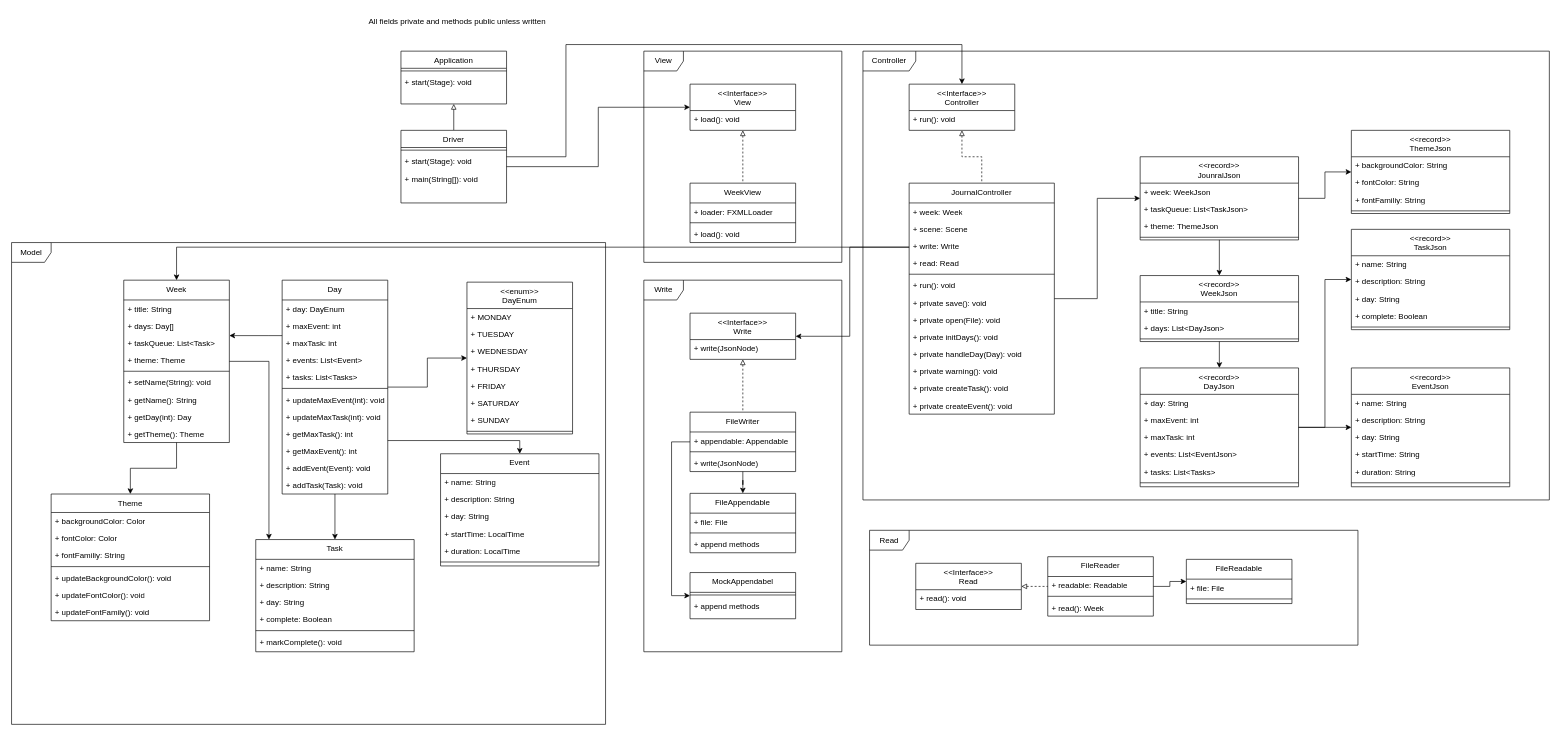
Above: journal.drawio in akuatbekov23/BulletJournalApp (draw.io), before the change. Source tidied: cells renumbered, new cells numbered last; positions are measured from the earlier drawing's top-left corner, leaving out a move shared by most shapes. Both pictures are drawn from the tidied source at 66%, with x=0, y=0 at pixel (11, 11).
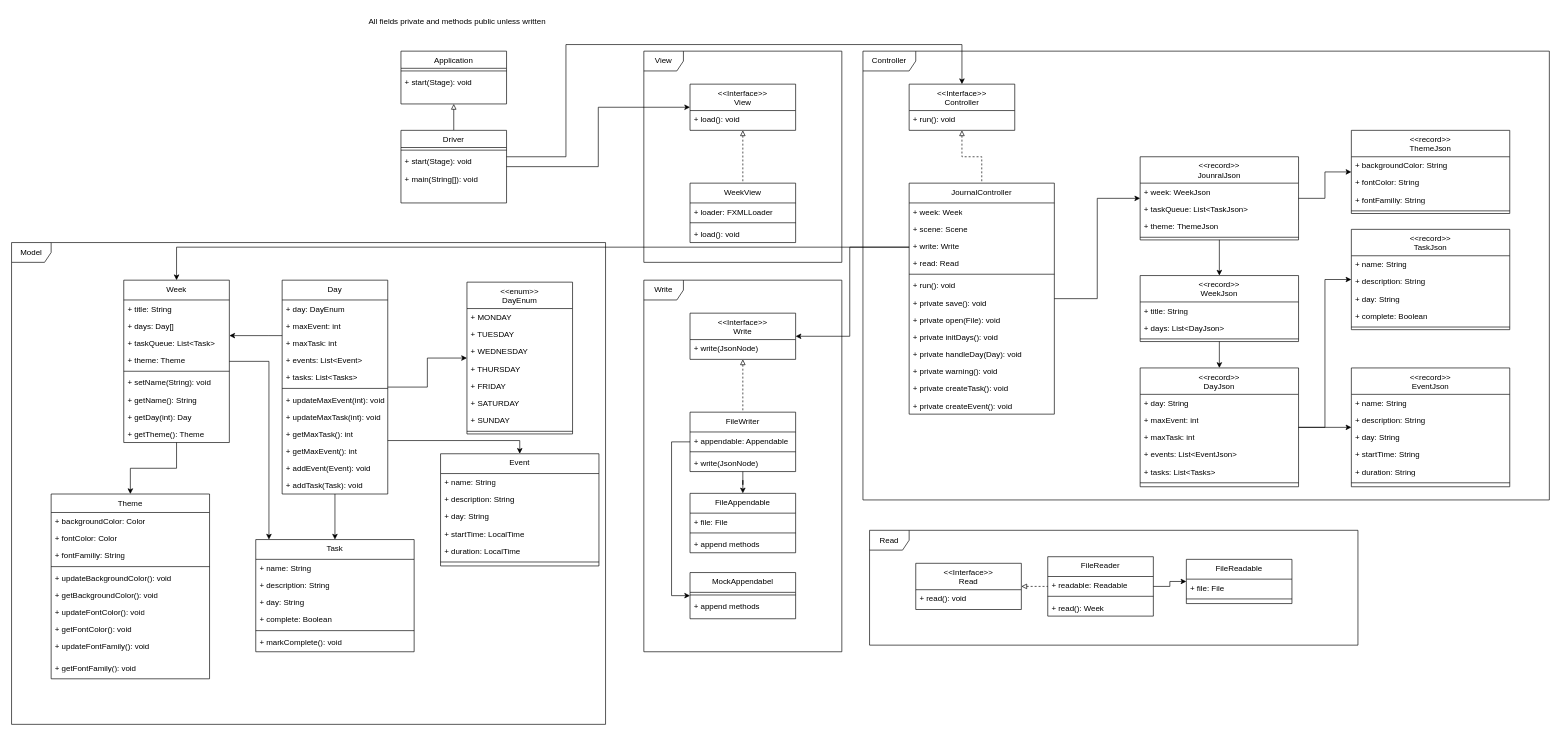
Above is the later version.

Commit message (it also covers changes not shown here):
UML Diagram

What changed in the source:
```diff
@@
     <mxCell id="164" value="Theme" style="swimlane;fontStyle=0;align=center;verticalAlign=top;horizontal=1;startSize=28;rounded=0;shadow=0;strokeWidth=1;" parent="1" vertex="1">
-      <mxGeometry x="60" y="731" width="240" height="192" as="geometry" />
+      <mxGeometry x="60" y="731" width="240" height="280" as="geometry" />
     </mxCell>
@@
+    <mxCell id="172" value="+ getBackgroundColor(): void" style="text;strokeColor=none;fillColor=none;align=left;verticalAlign=top;spacingLeft=4;spacingRight=4;overflow=hidden;whiteSpace=wrap;html=1;" parent="164" vertex="1">
+      <mxGeometry y="140" width="240" height="26" as="geometry" />
+    </mxCell>
     <mxCell id="170" value="+ updateFontColor(): void" style="text;strokeColor=none;fillColor=none;align=left;verticalAlign=top;spacingLeft=4;spacingRight=4;overflow=hidden;whiteSpace=wrap;html=1;" parent="164" vertex="1">
-      <mxGeometry y="140" width="240" height="26" as="geometry" />
+      <mxGeometry y="166" width="240" height="26" as="geometry" />
     </mxCell>
+    <mxCell id="173" value="+ getFontColor(): void" style="text;strokeColor=none;fillColor=none;align=left;verticalAlign=top;spacingLeft=4;spacingRight=4;overflow=hidden;whiteSpace=wrap;html=1;" parent="164" vertex="1">
+      <mxGeometry y="192" width="240" height="26" as="geometry" />
+    </mxCell>
+    <mxCell id="174" value="+ updateFontFamily(): void" style="text;strokeColor=none;fillColor=none;align=left;verticalAlign=top;spacingLeft=4;spacingRight=4;overflow=hidden;whiteSpace=wrap;html=1;" parent="164" vertex="1">
+      <mxGeometry y="218" width="240" height="32" as="geometry" />
+    </mxCell>
-    <mxCell id="171" value="+ updateFontFamily(): void" style="text;strokeColor=none;fillColor=none;align=left;verticalAlign=top;spacingLeft=4;spacingRight=4;overflow=hidden;whiteSpace=wrap;html=1;" parent="164" vertex="1">
-      <mxGeometry y="166" width="240" height="26" as="geometry" />
+    <mxCell id="171" value="+ getFontFamily(): void" style="text;strokeColor=none;fillColor=none;align=left;verticalAlign=top;spacingLeft=4;spacingRight=4;overflow=hidden;whiteSpace=wrap;html=1;" parent="164" vertex="1">
+      <mxGeometry y="250" width="240" height="30" as="geometry" />
     </mxCell>
```
